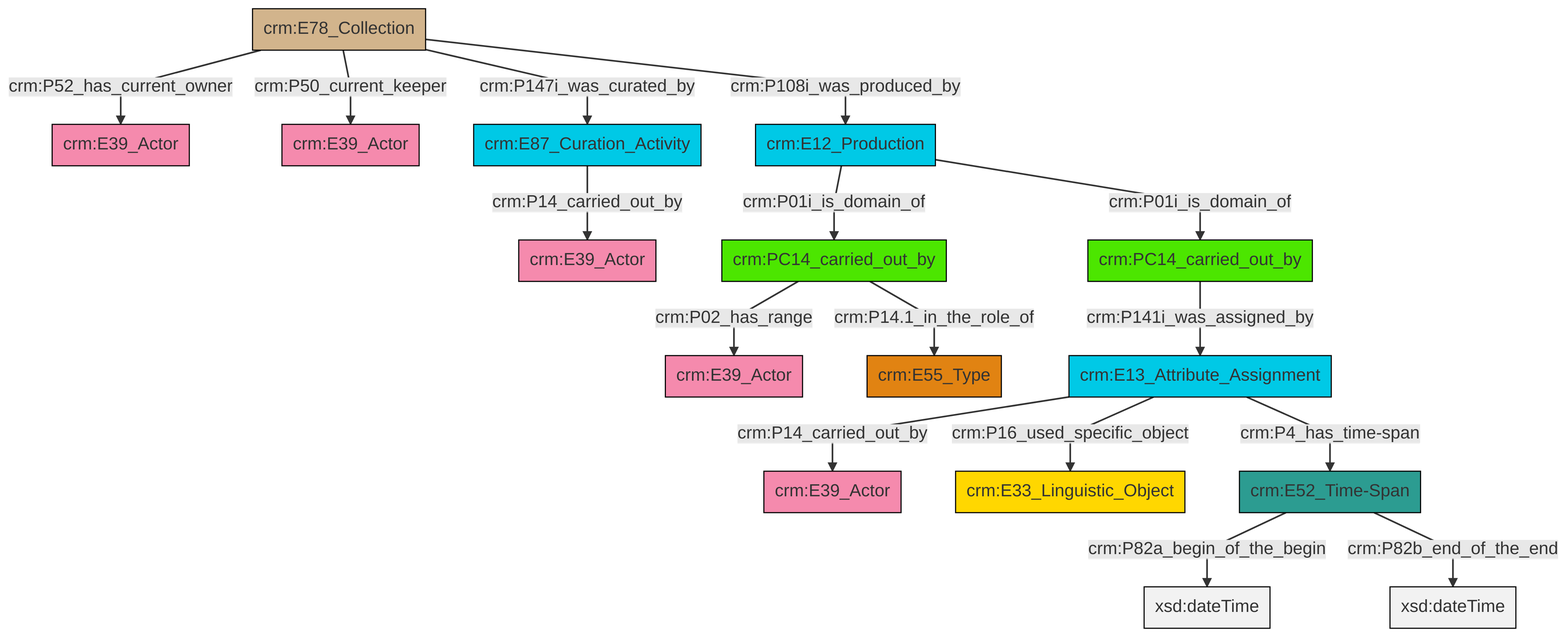
Earlier version of the Mermaid export et/archivalCSV/ttl/mmd/png/archival_relation.png (swiss-art-research-net/docs.swissartresearch). Its source is kept beside it as et/archivalCSV/ttl/mmd/archival_relation.ttl.mmd.
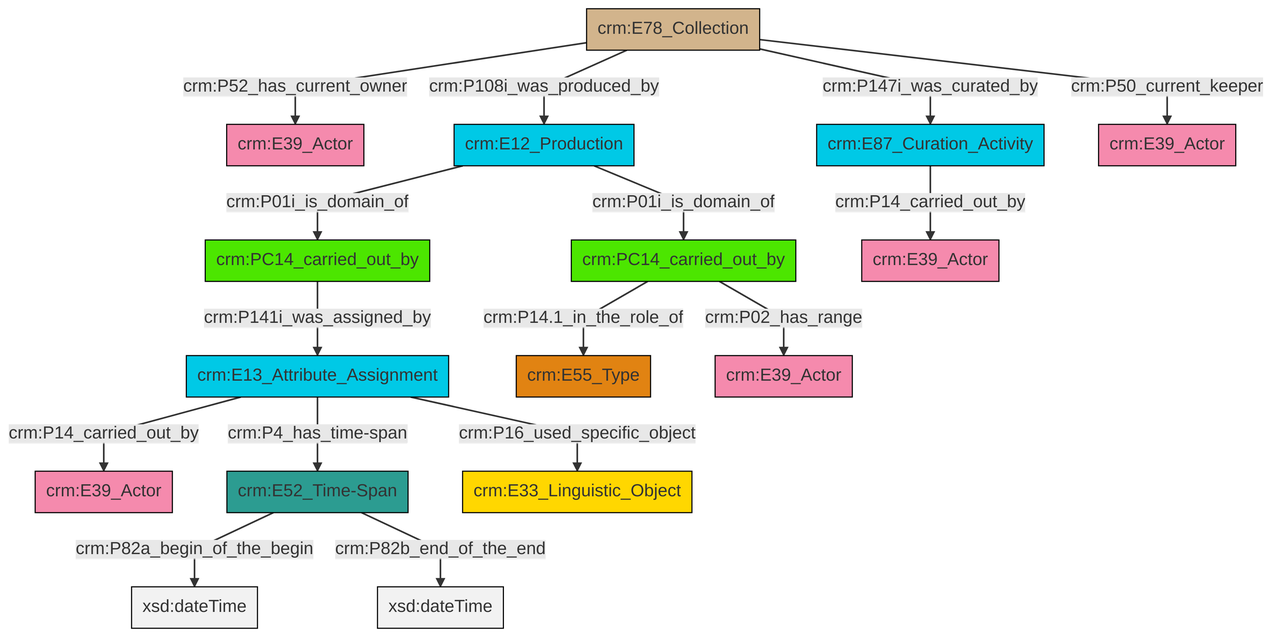
The same file after the commit.

The edit, as a diff of the source:
```diff
@@ -13,18 +13,18 @@
 classDef PC_Classes fill:#4ce600, stroke:#000000;
 classDef Multi fill:#cccccc,stroke:#000000;
 
-0["crm:E52_Time-Span"]:::Time-Span -->|crm:P82a_begin_of_the_begin| 1[xsd:dateTime]:::Literal
-2["crm:E13_Attribute_Assignment"]:::Temporal_Entity -->|crm:P14_carried_out_by| 3["crm:E39_Actor"]:::Actor
-4["crm:E78_Collection"]:::Physical_Thing -->|crm:P52_has_current_owner| 6["crm:E39_Actor"]:::Actor
-9["crm:PC14_carried_out_by"]:::PC_Classes -->|crm:P02_has_range| 12["crm:E39_Actor"]:::Actor
-9["crm:PC14_carried_out_by"]:::PC_Classes -->|crm:P14.1_in_the_role_of| 13["crm:E55_Type"]:::Type
-17["crm:E12_Production"]:::Temporal_Entity -->|crm:P01i_is_domain_of| 9["crm:PC14_carried_out_by"]:::PC_Classes
-19["crm:E87_Curation_Activity"]:::Temporal_Entity -->|crm:P14_carried_out_by| 20["crm:E39_Actor"]:::Actor
-0["crm:E52_Time-Span"]:::Time-Span -->|crm:P82b_end_of_the_end| 23[xsd:dateTime]:::Literal
-4["crm:E78_Collection"]:::Physical_Thing -->|crm:P50_current_keeper| 7["crm:E39_Actor"]:::Actor
-4["crm:E78_Collection"]:::Physical_Thing -->|crm:P147i_was_curated_by| 19["crm:E87_Curation_Activity"]:::Temporal_Entity
-2["crm:E13_Attribute_Assignment"]:::Temporal_Entity -->|crm:P16_used_specific_object| 14["crm:E33_Linguistic_Object"]:::Conceptual_Object
-25["crm:PC14_carried_out_by"]:::PC_Classes -->|crm:P141i_was_assigned_by| 2["crm:E13_Attribute_Assignment"]:::Temporal_Entity
-4["crm:E78_Collection"]:::Physical_Thing -->|crm:P108i_was_produced_by| 17["crm:E12_Production"]:::Temporal_Entity
-2["crm:E13_Attribute_Assignment"]:::Temporal_Entity -->|crm:P4_has_time-span| 0["crm:E52_Time-Span"]:::Time-Span
-17["crm:E12_Production"]:::Temporal_Entity -->|crm:P01i_is_domain_of| 25["crm:PC14_carried_out_by"]:::PC_Classes
+0["crm:E13_Attribute_Assignment"]:::Temporal_Entity -->|crm:P14_carried_out_by| 1["crm:E39_Actor"]:::Actor
+0["crm:E13_Attribute_Assignment"]:::Temporal_Entity -->|crm:P4_has_time-span| 4["crm:E52_Time-Span"]:::Time-Span
+7["crm:E12_Production"]:::Temporal_Entity -->|crm:P01i_is_domain_of| 8["crm:PC14_carried_out_by"]:::PC_Classes
+4["crm:E52_Time-Span"]:::Time-Span -->|crm:P82a_begin_of_the_begin| 9[xsd:dateTime]:::Literal
+10["crm:E78_Collection"]:::Physical_Thing -->|crm:P108i_was_produced_by| 7["crm:E12_Production"]:::Temporal_Entity
+11["crm:PC14_carried_out_by"]:::PC_Classes -->|crm:P14.1_in_the_role_of| 12["crm:E55_Type"]:::Type
+0["crm:E13_Attribute_Assignment"]:::Temporal_Entity -->|crm:P16_used_specific_object| 14["crm:E33_Linguistic_Object"]:::Conceptual_Object
+4["crm:E52_Time-Span"]:::Time-Span -->|crm:P82b_end_of_the_end| 17[xsd:dateTime]:::Literal
+10["crm:E78_Collection"]:::Physical_Thing -->|crm:P147i_was_curated_by| 5["crm:E87_Curation_Activity"]:::Temporal_Entity
+11["crm:PC14_carried_out_by"]:::PC_Classes -->|crm:P02_has_range| 20["crm:E39_Actor"]:::Actor
+8["crm:PC14_carried_out_by"]:::PC_Classes -->|crm:P141i_was_assigned_by| 0["crm:E13_Attribute_Assignment"]:::Temporal_Entity
+10["crm:E78_Collection"]:::Physical_Thing -->|crm:P52_has_current_owner| 2["crm:E39_Actor"]:::Actor
+5["crm:E87_Curation_Activity"]:::Temporal_Entity -->|crm:P14_carried_out_by| 15["crm:E39_Actor"]:::Actor
+7["crm:E12_Production"]:::Temporal_Entity -->|crm:P01i_is_domain_of| 11["crm:PC14_carried_out_by"]:::PC_Classes
+10["crm:E78_Collection"]:::Physical_Thing -->|crm:P50_current_keeper| 22["crm:E39_Actor"]:::Actor
```
